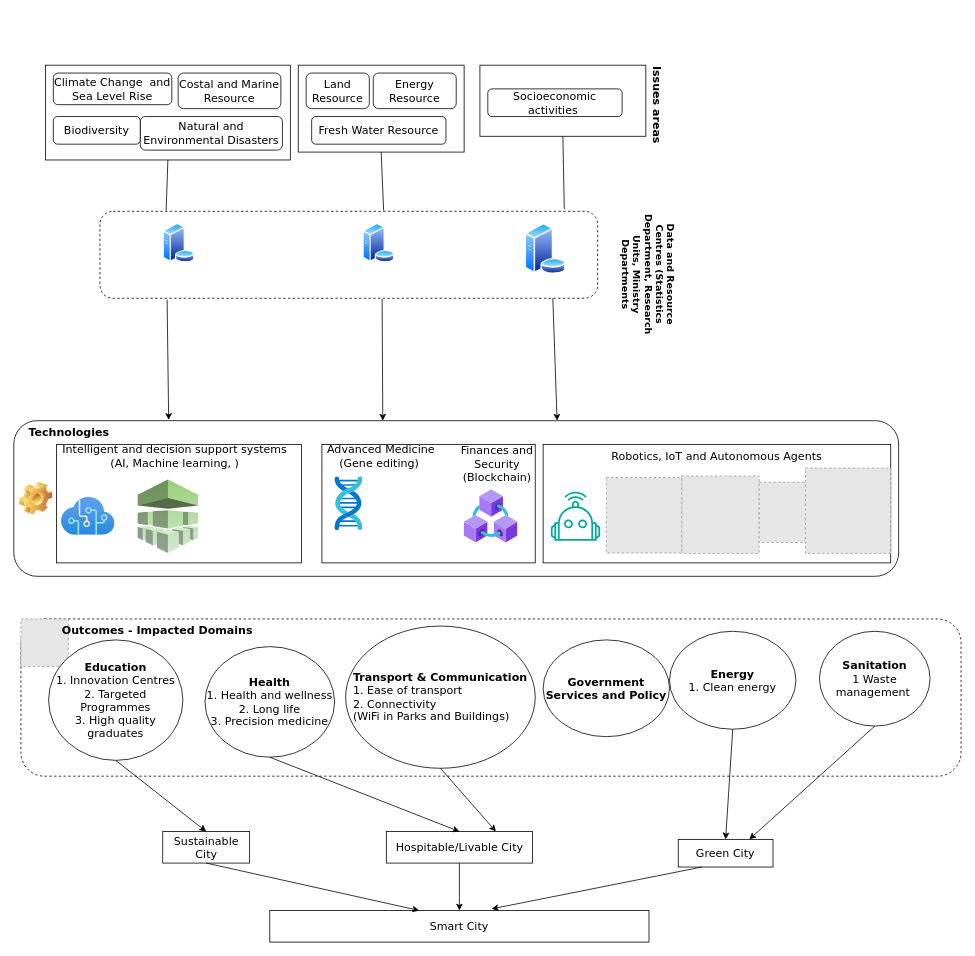
The draw.io diagram page "BarbudaSmart" (2 of 2) of SystemReasoningOverview.drawio in Kibolabs/Diagrams, before the edit. Source tidied: cells renumbered, new cells numbered last; positions are measured from the earlier drawing's top-left corner, leaving out a move shared by most shapes. Both pictures are drawn from the tidied source at 79%, with x=0, y=0 at pixel (13, 65). Pictures stored in the file or linked from it are replaced by grey dashed boxes.
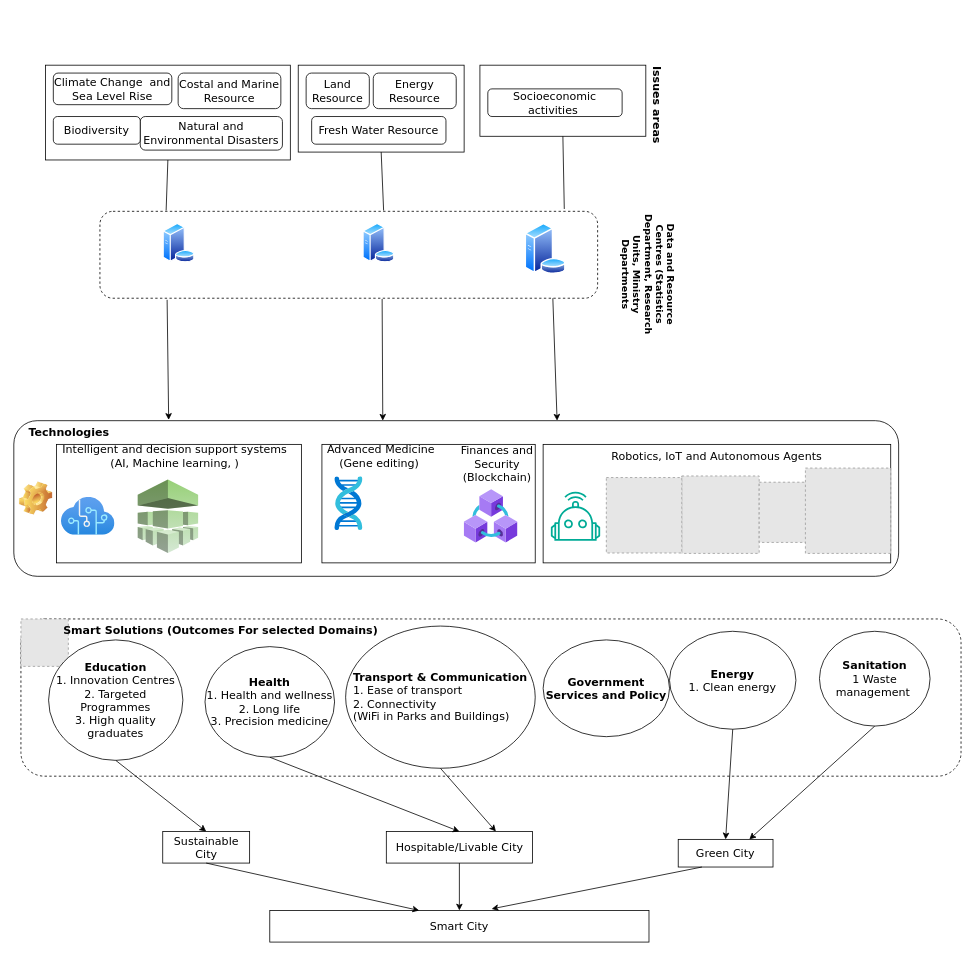
After the change.

What changed in the source:
```diff
@@
-    <mxCell id="54" value="Outcomes - Impacted Domains" style="text;html=1;align=center;verticalAlign=middle;whiteSpace=wrap;rounded=0;labelBackgroundColor=none;sketch=0;fontFamily=Verdana;fontSize=14;fillColor=none;fontColor=#000000;fontStyle=1;" parent="1" vertex="1">
-      <mxGeometry x="44" y="701" width="276" height="30" as="geometry" />
+    <mxCell id="54" value="Smart Solutions (Outcomes For selected Domains)" style="text;html=1;align=center;verticalAlign=middle;whiteSpace=wrap;rounded=0;labelBackgroundColor=none;sketch=0;fontFamily=Verdana;fontSize=14;fillColor=none;fontColor=#000000;fontStyle=1;" parent="1" vertex="1">
+      <mxGeometry x="44" y="701" width="436" height="30" as="geometry" />
     </mxCell>
```
